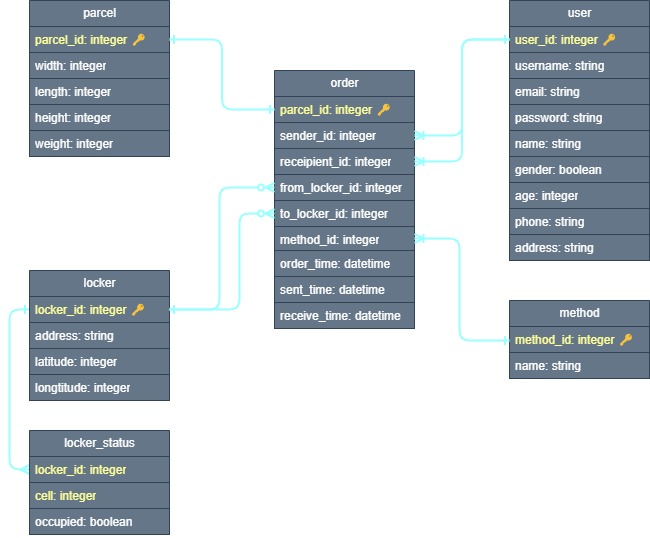
Above: UML.drawio.png in chauanphu/be-parcel-locker (draw.io), before the change. Source tidied: cells renumbered, new cells last; positions are measured from the earlier drawing's top-left corner, leaving out a move shared by most shapes.
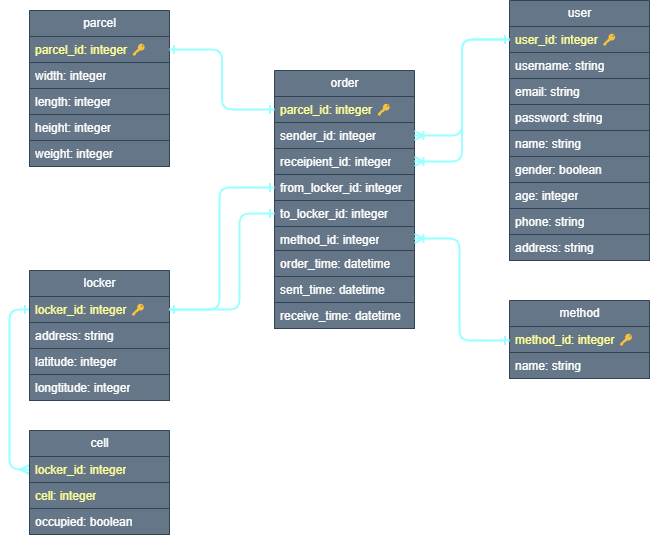
The same file after the commit.

Commit message:
schema: rename locker to cell

Diff of the diagram source:
```diff
@@ -3,7 +3,7 @@
     <mxCell id="0" />
     <mxCell id="1" parent="0" />
     <mxCell id="2" value="parcel" style="swimlane;fontStyle=0;horizontal=1;startSize=26;fillColor=#647687;html=1;fontColor=#ffffff;strokeColor=#314354;" parent="1" vertex="1">
-      <mxGeometry x="20" width="140" height="156" as="geometry" />
+      <mxGeometry x="20" y="10" width="140" height="156" as="geometry" />
     </mxCell>
     <mxCell id="3" value="&lt;font color=&quot;#ffff99&quot;&gt;parcel_id: integer 🔑&lt;/font&gt;" style="text;strokeColor=#314354;fillColor=#647687;align=left;verticalAlign=top;spacingLeft=4;spacingRight=4;overflow=hidden;points=[[0,0.5],[1,0.5]];portConstraint=eastwest;whiteSpace=wrap;html=1;fontColor=#ffffff;" parent="2" vertex="1">
       <mxGeometry y="26" width="140" height="26" as="geometry" />
@@ -111,7 +111,7 @@
     <mxCell id="36" style="edgeStyle=orthogonalEdgeStyle;html=1;exitX=1;exitY=0.5;exitDx=0;exitDy=0;entryX=0;entryY=0.5;entryDx=0;entryDy=0;fillColor=#647687;strokeColor=#99FFFF;strokeWidth=2;endArrow=ERone;endFill=0;startArrow=ERoneToMany;startFill=0;" parent="1" edge="1" source="21" target="9">
       <mxGeometry relative="1" as="geometry" />
     </mxCell>
-    <mxCell id="37" style="edgeStyle=orthogonalEdgeStyle;html=1;exitX=0;exitY=0.5;exitDx=0;exitDy=0;entryX=1;entryY=0.5;entryDx=0;entryDy=0;startArrow=ERzeroToMany;startFill=0;endArrow=ERone;endFill=0;fillColor=#647687;strokeColor=#99FFFF;strokeWidth=2;" parent="1" edge="1" source="22" target="30">
+    <mxCell id="37" style="edgeStyle=orthogonalEdgeStyle;html=1;exitX=0;exitY=0.5;exitDx=0;exitDy=0;entryX=1;entryY=0.5;entryDx=0;entryDy=0;startArrow=ERone;startFill=0;endArrow=ERone;endFill=0;fillColor=#647687;strokeColor=#99FFFF;strokeWidth=2;" parent="1" edge="1" source="22" target="30">
       <mxGeometry relative="1" as="geometry">
         <Array as="points">
           <mxPoint x="210" y="187" />
@@ -119,7 +119,7 @@
         </Array>
       </mxGeometry>
     </mxCell>
-    <mxCell id="38" style="edgeStyle=orthogonalEdgeStyle;html=1;entryX=1;entryY=0.5;entryDx=0;entryDy=0;startArrow=ERzeroToMany;startFill=0;endArrow=ERone;endFill=0;fillColor=#647687;strokeColor=#99FFFF;strokeWidth=2;exitX=0;exitY=0.5;exitDx=0;exitDy=0;" parent="1" edge="1" source="23" target="30">
+    <mxCell id="38" style="edgeStyle=orthogonalEdgeStyle;html=1;entryX=1;entryY=0.5;entryDx=0;entryDy=0;startArrow=ERone;startFill=0;endArrow=ERone;endFill=0;fillColor=#647687;strokeColor=#99FFFF;strokeWidth=2;exitX=0;exitY=0.5;exitDx=0;exitDy=0;" parent="1" edge="1" source="23" target="30">
       <mxGeometry relative="1" as="geometry">
         <Array as="points">
           <mxPoint x="230" y="213" />
@@ -145,7 +145,7 @@
         </Array>
       </mxGeometry>
     </mxCell>
-    <mxCell id="43" value="locker_status" style="swimlane;fontStyle=0;horizontal=1;startSize=26;fillColor=#647687;html=1;fontColor=#ffffff;strokeColor=#314354;" parent="1" vertex="1">
+    <mxCell id="43" value="cell" style="swimlane;fontStyle=0;horizontal=1;startSize=26;fillColor=#647687;html=1;fontColor=#ffffff;strokeColor=#314354;" parent="1" vertex="1">
       <mxGeometry x="20" y="430" width="140" height="104" as="geometry" />
     </mxCell>
     <mxCell id="44" value="&lt;font color=&quot;#ffff99&quot;&gt;locker_id: integer&lt;/font&gt;" style="text;strokeColor=#314354;fillColor=#647687;align=left;verticalAlign=top;spacingLeft=4;spacingRight=4;overflow=hidden;points=[[0,0.5],[1,0.5]];portConstraint=eastwest;whiteSpace=wrap;html=1;fontColor=#ffffff;" parent="43" vertex="1">
```
